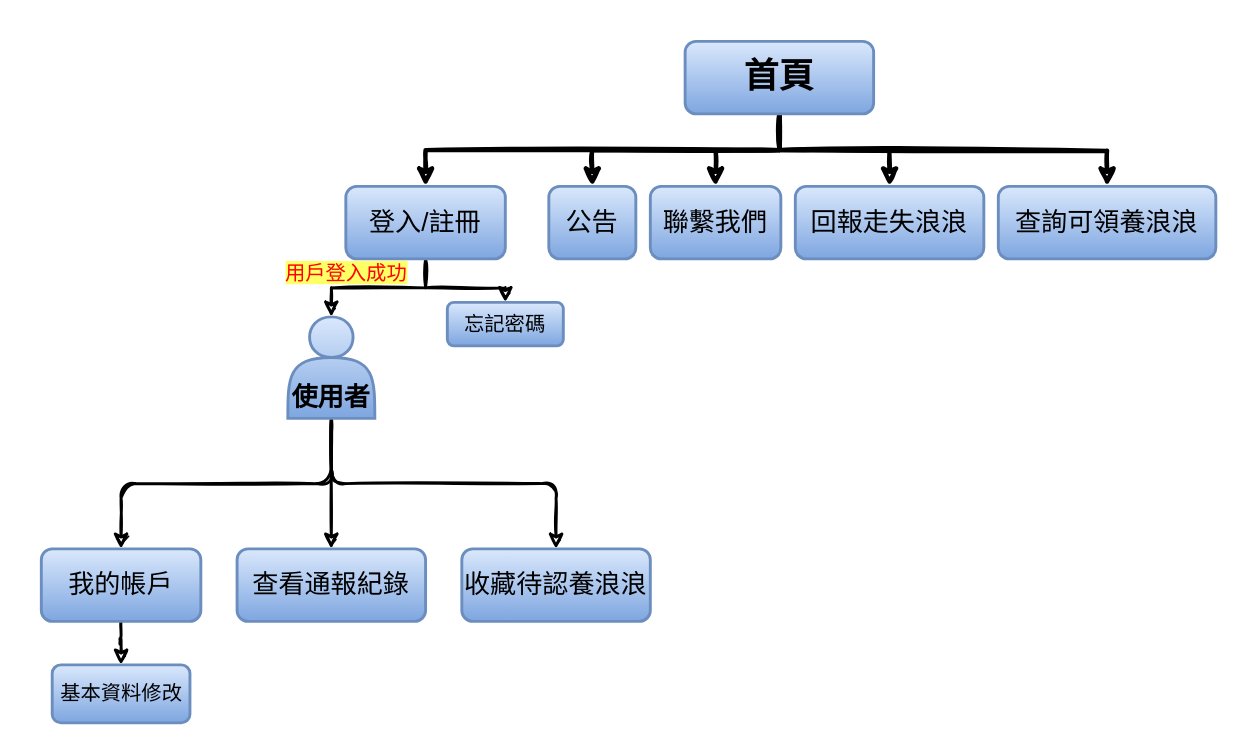
This is page "Page-2" (2 of 3) of Untitled Diagram.drawio from Tzu-Lin/Tzu-Lin.github.io, a draw.io file, before an edit. Source tidied: cells renumbered, new cells numbered last; positions are measured from the earlier drawing's top-left corner, leaving out a move shared by most shapes. Both pictures are drawn from the tidied source at 145%, with x=0, y=0 at pixel (41, 41).
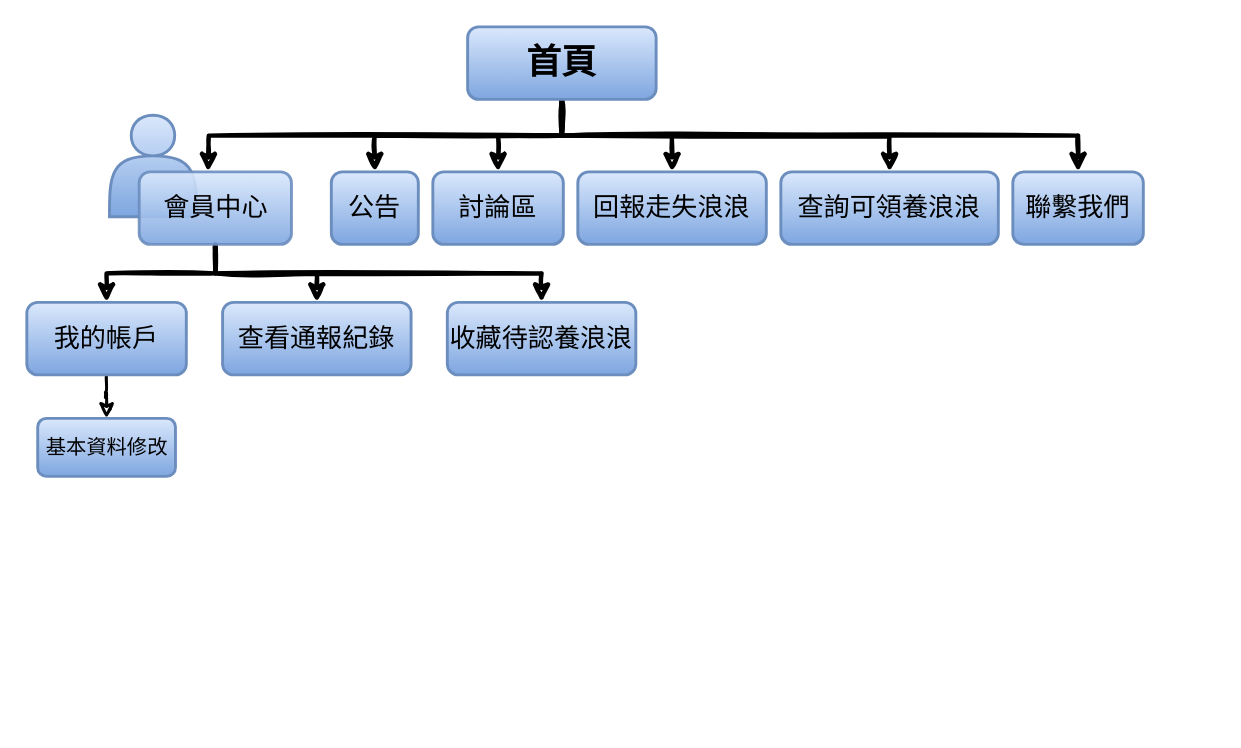
Above is the later version.

What changed in the source:
```diff
@@
-    <mxCell id="2" style="edgeStyle=orthogonalEdgeStyle;rounded=1;sketch=1;jettySize=auto;html=1;exitX=0.5;exitY=1;exitDx=0;exitDy=0;shadow=0;strokeWidth=2;fillColor=#dae8fc;gradientColor=#7ea6e0;" parent="1" edge="1" source="5" target="9">
-      <mxGeometry relative="1" as="geometry" />
-    </mxCell>
-    <mxCell id="3" style="edgeStyle=orthogonalEdgeStyle;rounded=1;sketch=1;jettySize=auto;html=1;exitX=0.5;exitY=1;exitDx=0;exitDy=0;shadow=0;strokeWidth=2;fillColor=#dae8fc;gradientColor=#7ea6e0;" parent="1" edge="1" source="5" target="7">
-      <mxGeometry relative="1" as="geometry" />
-    </mxCell>
-    <mxCell id="4" style="edgeStyle=orthogonalEdgeStyle;rounded=1;sketch=1;jettySize=auto;html=1;shadow=0;strokeWidth=2;fillColor=#dae8fc;gradientColor=#7ea6e0;" parent="1" edge="1" source="5" target="6">
-      <mxGeometry relative="1" as="geometry" />
-    </mxCell>
-    <mxCell id="5" value="&lt;font style=&quot;font-size: 18px&quot;&gt;&lt;b&gt;&lt;br&gt;&lt;br&gt;使用者&lt;/b&gt;&lt;br&gt;&lt;/font&gt;" style="shape=actor;whiteSpace=wrap;html=1;strokeWidth=2;fillColor=#dae8fc;strokeColor=#6c8ebf;gradientColor=#7ea6e0;" parent="1" vertex="1">
-      <mxGeometry x="170" y="190" width="60" height="70" as="geometry" />
+    <mxCell id="5" value="&lt;font style=&quot;font-size: 18px&quot;&gt;&lt;b&gt;&lt;br&gt;&lt;/b&gt;&lt;br&gt;&lt;/font&gt;" style="shape=actor;whiteSpace=wrap;html=1;strokeWidth=2;fillColor=#dae8fc;strokeColor=#6c8ebf;gradientColor=#7ea6e0;" parent="1" vertex="1">
+      <mxGeometry x="47" y="51" width="60" height="70" as="geometry" />
     </mxCell>
     <mxCell id="6" value="&lt;font style=&quot;vertical-align: inherit ; font-size: 18px&quot;&gt;查看通報紀錄&lt;/font&gt;" style="rounded=1;whiteSpace=wrap;html=1;strokeWidth=2;fillColor=#dae8fc;strokeColor=#6c8ebf;gradientColor=#7ea6e0;" parent="1" vertex="1">
-      <mxGeometry x="135" y="350" width="130" height="50" as="geometry" />
+      <mxGeometry x="125" y="180" width="130" height="50" as="geometry" />
     </mxCell>
     <mxCell id="7" value="&lt;font style=&quot;vertical-align: inherit ; font-size: 18px&quot;&gt;收藏待認養浪浪&lt;/font&gt;" style="rounded=1;whiteSpace=wrap;html=1;strokeWidth=2;fillColor=#dae8fc;strokeColor=#6c8ebf;gradientColor=#7ea6e0;" parent="1" vertex="1">
-      <mxGeometry x="290" y="350" width="130" height="50" as="geometry" />
+      <mxGeometry x="280" y="180" width="130" height="50" as="geometry" />
     </mxCell>
@@
     <mxCell id="9" value="&lt;span style=&quot;font-size: 18px&quot;&gt;我的帳戶&lt;/span&gt;" style="rounded=1;whiteSpace=wrap;html=1;strokeWidth=2;fillColor=#dae8fc;strokeColor=#6c8ebf;gradientColor=#7ea6e0;" parent="1" vertex="1">
-      <mxGeometry y="350" width="110" height="50" as="geometry" />
+      <mxGeometry x="-10" y="180" width="110" height="50" as="geometry" />
     </mxCell>
     <mxCell id="10" value="&lt;font style=&quot;font-size: 14px&quot;&gt;基本資料修改&lt;/font&gt;" style="rounded=1;whiteSpace=wrap;html=1;strokeWidth=2;fillColor=#dae8fc;strokeColor=#6c8ebf;gradientColor=#7ea6e0;" parent="1" vertex="1">
-      <mxGeometry x="7.5" y="430" width="95" height="40" as="geometry" />
+      <mxGeometry x="-2.5" y="260" width="95" height="40" as="geometry" />
     </mxCell>
     <mxCell id="11" style="edgeStyle=orthogonalEdgeStyle;jettySize=auto;html=1;rounded=0;strokeWidth=3;sketch=1;fillColor=#dae8fc;gradientColor=#7ea6e0;" parent="1" edge="1" source="16" target="21">
       <mxGeometry relative="1" as="geometry">
         <Array as="points">
-          <mxPoint x="509" y="75" />
-          <mxPoint x="465" y="75" />
+          <mxPoint x="359" y="65" />
+          <mxPoint x="315" y="65" />
         </Array>
       </mxGeometry>
     </mxCell>
@@
     <mxCell id="13" style="edgeStyle=orthogonalEdgeStyle;jettySize=auto;html=1;rounded=0;strokeWidth=3;sketch=1;fillColor=#dae8fc;gradientColor=#7ea6e0;" parent="1" edge="1" target="23">
       <mxGeometry relative="1" as="geometry">
-        <mxPoint x="509" y="75" as="sourcePoint" />
+        <mxPoint x="359" y="65" as="sourcePoint" />
       </mxGeometry>
     </mxCell>
-    <mxCell id="14" style="edgeStyle=orthogonalEdgeStyle;jettySize=auto;html=1;exitX=0.5;exitY=1;exitDx=0;exitDy=0;rounded=0;strokeWidth=3;sketch=1;fillColor=#dae8fc;gradientColor=#7ea6e0;" parent="1" edge="1" source="16" target="19">
-      <mxGeometry relative="1" as="geometry" />
+    <mxCell id="14" style="edgeStyle=orthogonalEdgeStyle;jettySize=auto;html=1;exitX=0.5;exitY=1;exitDx=0;exitDy=0;rounded=0;strokeWidth=3;sketch=1;fillColor=#dae8fc;gradientColor=#7ea6e0;" parent="1" edge="1" source="16">
+      <mxGeometry relative="1" as="geometry">
+        <mxPoint x="115" y="90" as="targetPoint" />
+      </mxGeometry>
     </mxCell>
@@
+    <mxCell id="27" style="edgeStyle=orthogonalEdgeStyle;rounded=0;sketch=1;jettySize=auto;html=1;exitX=0.5;exitY=1;exitDx=0;exitDy=0;endArrow=classic;endFill=0;strokeWidth=3;" parent="1" edge="1" source="16" target="33">
+      <mxGeometry relative="1" as="geometry" />
+    </mxCell>
     <mxCell id="16" value="&lt;font style=&quot;vertical-align: inherit ; font-size: 24px&quot;&gt;&lt;b&gt;首頁&lt;/b&gt;&lt;/font&gt;" style="rounded=1;whiteSpace=wrap;html=1;fontSize=12;glass=0;strokeWidth=2;shadow=0;fillColor=#dae8fc;strokeColor=#6c8ebf;gradientColor=#7ea6e0;" parent="1" vertex="1">
-      <mxGeometry x="444" width="130" height="50" as="geometry" />
+      <mxGeometry x="294" y="-10" width="130" height="50" as="geometry" />
     </mxCell>
-    <mxCell id="17" style="edgeStyle=orthogonalEdgeStyle;rounded=0;sketch=1;jettySize=auto;html=1;shadow=0;strokeWidth=2;" parent="1" edge="1" source="19" target="24">
-      <mxGeometry relative="1" as="geometry" />
-    </mxCell>
-    <mxCell id="18" style="edgeStyle=orthogonalEdgeStyle;rounded=0;sketch=1;jettySize=auto;html=1;exitX=0.5;exitY=1;exitDx=0;exitDy=0;shadow=0;strokeColor=#000000;strokeWidth=2;entryX=0.5;entryY=0;entryDx=0;entryDy=0;entryPerimeter=0;" parent="1" edge="1" source="19" target="5">
-      <mxGeometry relative="1" as="geometry" />
-    </mxCell>
-    <mxCell id="19" value="&lt;font style=&quot;vertical-align: inherit ; font-size: 18px&quot;&gt;登入/註冊&lt;/font&gt;" style="rounded=1;whiteSpace=wrap;html=1;strokeWidth=2;fillColor=#dae8fc;strokeColor=#6c8ebf;gradientColor=#7ea6e0;" parent="1" vertex="1">
-      <mxGeometry x="210" y="100" width="110" height="50" as="geometry" />
-    </mxCell>
     <mxCell id="20" value="&lt;font style=&quot;vertical-align: inherit ; font-size: 18px&quot;&gt;公告&lt;/font&gt;" style="rounded=1;whiteSpace=wrap;html=1;strokeWidth=2;fillColor=#dae8fc;strokeColor=#6c8ebf;gradientColor=#7ea6e0;" parent="1" vertex="1">
-      <mxGeometry x="350" y="100" width="60" height="50" as="geometry" />
+      <mxGeometry x="200" y="90" width="60" height="50" as="geometry" />
     </mxCell>
-    <mxCell id="21" value="&lt;font style=&quot;vertical-align: inherit ; font-size: 18px&quot;&gt;聯繫我們&lt;/font&gt;" style="rounded=1;whiteSpace=wrap;html=1;strokeWidth=2;fillColor=#dae8fc;strokeColor=#6c8ebf;gradientColor=#7ea6e0;" parent="1" vertex="1">
-      <mxGeometry x="420" y="100" width="90" height="50" as="geometry" />
+    <mxCell id="21" value="&lt;font style=&quot;vertical-align: inherit ; font-size: 18px&quot;&gt;討論區&lt;/font&gt;" style="rounded=1;whiteSpace=wrap;html=1;strokeWidth=2;fillColor=#dae8fc;strokeColor=#6c8ebf;gradientColor=#7ea6e0;" parent="1" vertex="1">
+      <mxGeometry x="270" y="90" width="90" height="50" as="geometry" />
     </mxCell>
     <mxCell id="22" value="&lt;font style=&quot;vertical-align: inherit ; font-size: 18px&quot;&gt;回報走失浪浪&lt;/font&gt;" style="rounded=1;whiteSpace=wrap;html=1;strokeWidth=2;fillColor=#dae8fc;strokeColor=#6c8ebf;gradientColor=#7ea6e0;" parent="1" vertex="1">
-      <mxGeometry x="520" y="100" width="130" height="50" as="geometry" />
+      <mxGeometry x="370" y="90" width="130" height="50" as="geometry" />
     </mxCell>
     <mxCell id="23" value="&lt;font style=&quot;vertical-align: inherit ; font-size: 18px&quot;&gt;查詢可領養浪浪&lt;/font&gt;" style="rounded=1;whiteSpace=wrap;html=1;strokeWidth=2;fillColor=#dae8fc;strokeColor=#6c8ebf;gradientColor=#7ea6e0;" parent="1" vertex="1">
-      <mxGeometry x="660" y="100" width="150" height="50" as="geometry" />
+      <mxGeometry x="510" y="90" width="150" height="50" as="geometry" />
     </mxCell>
-    <mxCell id="24" value="&lt;font style=&quot;font-size: 14px&quot;&gt;忘記密碼&lt;/font&gt;" style="rounded=1;whiteSpace=wrap;html=1;strokeWidth=2;fillColor=#dae8fc;strokeColor=#6c8ebf;gradientColor=#7ea6e0;" parent="1" vertex="1">
-      <mxGeometry x="280" y="180" width="80" height="30" as="geometry" />
-    </mxCell>
@@
-    <mxCell id="26" value="&lt;font color=&quot;#ff0000&quot; style=&quot;background-color: rgb(255 , 255 , 102) ; font-size: 14px&quot;&gt;用戶登入成功&lt;/font&gt;" style="text;html=1;align=center;verticalAlign=middle;strokeColor=none;" parent="1" vertex="1">
-      <mxGeometry x="160" y="150" width="100" height="20" as="geometry" />
-    </mxCell>
+    <mxCell id="28" style="edgeStyle=orthogonalEdgeStyle;rounded=0;orthogonalLoop=1;jettySize=auto;html=1;" parent="1" edge="1">
+      <mxGeometry relative="1" as="geometry">
+        <mxPoint x="340" y="160" as="targetPoint" />
+      </mxGeometry>
+    </mxCell>
+    <mxCell id="29" style="edgeStyle=orthogonalEdgeStyle;rounded=0;sketch=1;jettySize=auto;html=1;endArrow=classic;endFill=0;strokeWidth=3;" parent="1" edge="1" source="32" target="6">
+      <mxGeometry relative="1" as="geometry" />
+    </mxCell>
+    <mxCell id="30" style="edgeStyle=orthogonalEdgeStyle;rounded=0;sketch=1;jettySize=auto;html=1;exitX=0.5;exitY=1;exitDx=0;exitDy=0;entryX=0.5;entryY=0;entryDx=0;entryDy=0;endArrow=classic;endFill=0;strokeWidth=3;" parent="1" edge="1" source="32" target="9">
+      <mxGeometry relative="1" as="geometry" />
+    </mxCell>
+    <mxCell id="31" style="edgeStyle=orthogonalEdgeStyle;rounded=0;sketch=1;jettySize=auto;html=1;exitX=0.5;exitY=1;exitDx=0;exitDy=0;entryX=0.5;entryY=0;entryDx=0;entryDy=0;endArrow=classic;endFill=0;strokeWidth=3;" parent="1" edge="1" source="32" target="7">
+      <mxGeometry relative="1" as="geometry" />
+    </mxCell>
+    <mxCell id="32" value="&lt;span style=&quot;font-size: 18px&quot;&gt;會員中心&lt;/span&gt;" style="rounded=1;whiteSpace=wrap;html=1;strokeWidth=2;fillColor=#dae8fc;strokeColor=#6c8ebf;gradientColor=#7ea6e0;opacity=90;" parent="1" vertex="1">
+      <mxGeometry x="67.5" y="90" width="105" height="50" as="geometry" />
+    </mxCell>
+    <mxCell id="33" value="&lt;font style=&quot;vertical-align: inherit ; font-size: 18px&quot;&gt;聯繫我們&lt;/font&gt;" style="rounded=1;whiteSpace=wrap;html=1;strokeWidth=2;fillColor=#dae8fc;strokeColor=#6c8ebf;gradientColor=#7ea6e0;" parent="1" vertex="1">
+      <mxGeometry x="670" y="90" width="90" height="50" as="geometry" />
+    </mxCell>
```
